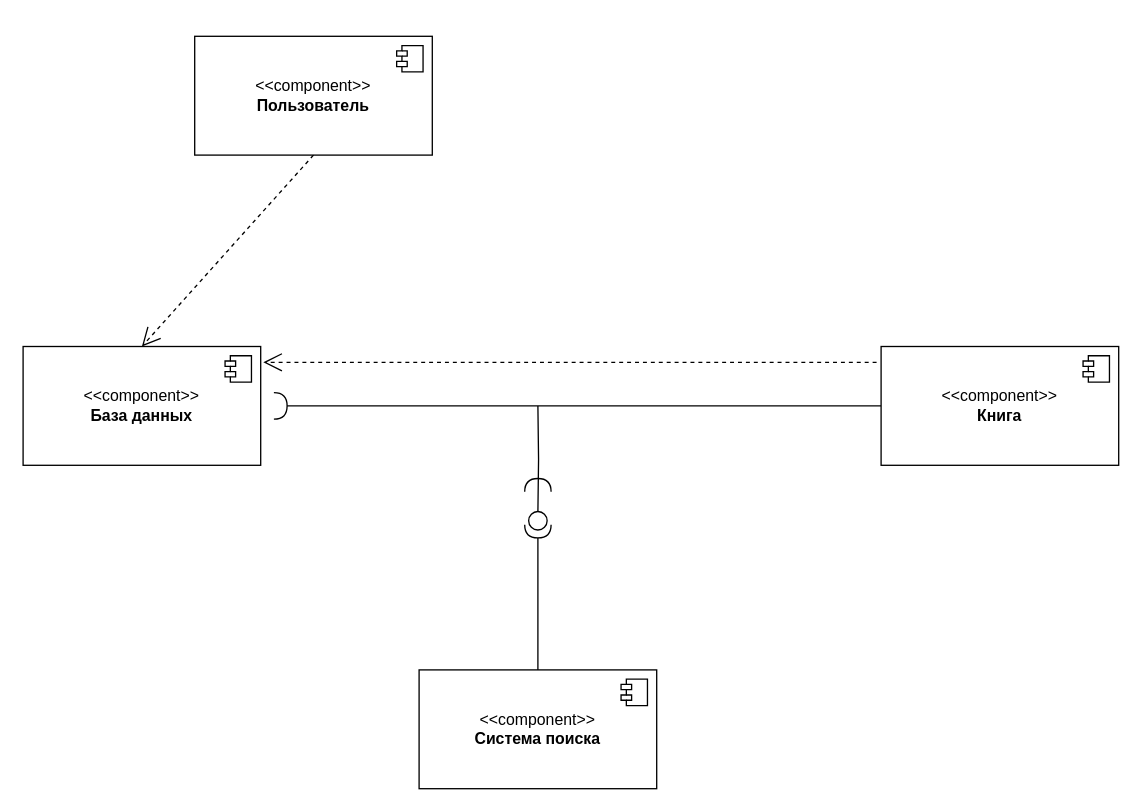
Before: component_diagram.drawio in NullExp-Team/IPIS_project, a draw.io diagram. Source tidied: cells renumbered, new cells numbered last; positions are measured from the earlier drawing's top-left corner, leaving out a move shared by most shapes. Both pictures are drawn from the tidied source at 132%, with x=0, y=0 at pixel (22, 36).
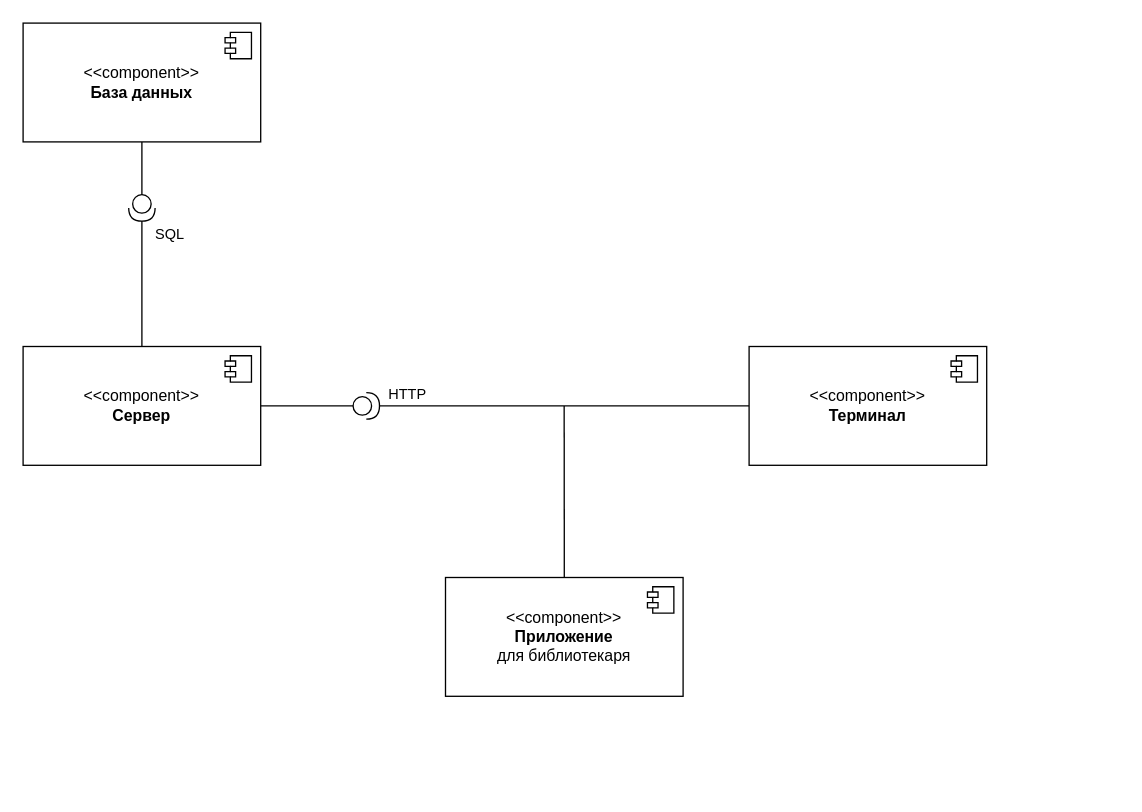
The same diagram, later.

Commit message (it also covers changes not shown here):
Component diagram

Diff of the diagram source:
```diff
@@
-    <mxCell id="2" style="edgeStyle=orthogonalEdgeStyle;rounded=0;jettySize=auto;html=1;exitX=0;exitY=0.5;exitDx=0;exitDy=0;endArrow=none;endFill=0;entryX=1;entryY=0.5;entryDx=0;entryDy=0;entryPerimeter=0;" parent="1" edge="1" source="4" target="14">
-      <mxGeometry relative="1" as="geometry">
-        <Array as="points">
-          <mxPoint x="650" y="280" />
-        </Array>
-      </mxGeometry>
-    </mxCell>
-    <mxCell id="3" style="edgeStyle=orthogonalEdgeStyle;rounded=0;jettySize=auto;html=1;entryX=0;entryY=0.5;entryDx=0;entryDy=0;entryPerimeter=0;endArrow=none;endFill=0;" parent="1" edge="1" target="13">
-      <mxGeometry relative="1" as="geometry">
-        <mxPoint x="390" y="280" as="sourcePoint" />
-      </mxGeometry>
-    </mxCell>
+    <mxCell id="18" style="edgeStyle=none;html=1;exitX=0;exitY=0.5;exitDx=0;exitDy=0;entryX=1;entryY=0.5;entryDx=0;entryDy=0;entryPerimeter=0;endArrow=none;endFill=0;" parent="1" edge="1" source="4" target="22">
+      <mxGeometry relative="1" as="geometry" />
+    </mxCell>
+    <mxCell id="19" value="HTTP" style="edgeLabel;html=1;align=center;verticalAlign=middle;" parent="18" vertex="1">
+      <mxGeometry x="0.96" relative="1" as="geometry">
+        <mxPoint x="14" y="-10" as="offset" />
+      </mxGeometry>
+    </mxCell>
-    <mxCell id="4" value="&amp;lt;&amp;lt;component&amp;gt;&amp;gt;&lt;br&gt;&lt;b&gt;Книга&lt;/b&gt;" style="html=1;whiteSpace=wrap;" parent="1" vertex="1">
-      <mxGeometry x="650" y="235" width="180" height="90" as="geometry" />
+    <mxCell id="4" value="&amp;lt;&amp;lt;component&amp;gt;&amp;gt;&lt;br&gt;&lt;b&gt;Терминал&lt;/b&gt;" style="html=1;whiteSpace=wrap;" parent="1" vertex="1">
+      <mxGeometry x="550" y="235" width="180" height="90" as="geometry" />
     </mxCell>
@@
+    <mxCell id="20" style="edgeStyle=none;html=1;exitX=1;exitY=0.5;exitDx=0;exitDy=0;entryX=0;entryY=0.5;entryDx=0;entryDy=0;entryPerimeter=0;endArrow=none;endFill=0;" parent="1" edge="1" source="6" target="22">
+      <mxGeometry relative="1" as="geometry" />
+    </mxCell>
-    <mxCell id="6" value="&amp;lt;&amp;lt;component&amp;gt;&amp;gt;&lt;br&gt;&lt;b&gt;База данных&lt;/b&gt;" style="html=1;whiteSpace=wrap;" parent="1" vertex="1">
+    <mxCell id="6" value="&amp;lt;&amp;lt;component&amp;gt;&amp;gt;&lt;br&gt;&lt;b&gt;Сервер&lt;/b&gt;" style="html=1;whiteSpace=wrap;" parent="1" vertex="1">
       <mxGeometry y="235" width="180" height="90" as="geometry" />
     </mxCell>
@@
-    <mxCell id="8" value="&amp;lt;&amp;lt;component&amp;gt;&amp;gt;&lt;br&gt;&lt;b&gt;Пользователь&lt;/b&gt;" style="html=1;whiteSpace=wrap;" parent="1" vertex="1">
-      <mxGeometry x="130" width="180" height="90" as="geometry" />
+    <mxCell id="8" value="&amp;lt;&amp;lt;component&amp;gt;&amp;gt;&lt;br&gt;&lt;b&gt;База данных&lt;/b&gt;" style="html=1;whiteSpace=wrap;" parent="1" vertex="1">
+      <mxGeometry y="-10" width="180" height="90" as="geometry" />
     </mxCell>
@@
-    <mxCell id="10" style="edgeStyle=orthogonalEdgeStyle;rounded=0;jettySize=auto;html=1;exitX=0.5;exitY=0;exitDx=0;exitDy=0;entryX=1;entryY=0.5;entryDx=0;entryDy=0;entryPerimeter=0;endArrow=none;endFill=0;" parent="1" edge="1" source="11" target="13">
-      <mxGeometry relative="1" as="geometry" />
-    </mxCell>
+    <mxCell id="21" style="edgeStyle=none;html=1;exitX=0.5;exitY=0;exitDx=0;exitDy=0;endArrow=none;endFill=0;" parent="1" edge="1" source="11">
+      <mxGeometry relative="1" as="geometry">
+        <mxPoint x="409.9" y="280" as="targetPoint" />
+      </mxGeometry>
+    </mxCell>
-    <mxCell id="11" value="&amp;lt;&amp;lt;component&amp;gt;&amp;gt;&lt;br&gt;&lt;b&gt;Система поиска&lt;/b&gt;" style="html=1;whiteSpace=wrap;" parent="1" vertex="1">
-      <mxGeometry x="300" y="480" width="180" height="90" as="geometry" />
+    <mxCell id="11" value="&amp;lt;&amp;lt;component&amp;gt;&amp;gt;&lt;br&gt;&lt;b&gt;Приложение&lt;br&gt;&lt;/b&gt;для библиотекаря" style="html=1;whiteSpace=wrap;" parent="1" vertex="1">
+      <mxGeometry x="320" y="410" width="180" height="90" as="geometry" />
     </mxCell>
@@
-    <mxCell id="13" style="shape=providedRequiredInterface;html=1;verticalLabelPosition=bottom;sketch=0;rotation=90;" parent="1" vertex="1">
-      <mxGeometry x="380" y="360" width="20" height="20" as="geometry" />
-    </mxCell>
-    <mxCell id="14" style="shape=requiredInterface;html=1;verticalLabelPosition=bottom;sketch=0;" parent="1" vertex="1">
-      <mxGeometry x="190" y="270" width="10" height="20" as="geometry" />
-    </mxCell>
-    <mxCell id="15" style="shape=requiredInterface;html=1;verticalLabelPosition=bottom;sketch=0;rotation=-90;" parent="1" vertex="1">
-      <mxGeometry x="385" y="330" width="10" height="20" as="geometry" />
-    </mxCell>
-    <mxCell id="16" style="endArrow=open;dashed=1;endFill=0;endSize=12;html=1;rounded=0;exitX=0.5;exitY=1;exitDx=0;exitDy=0;entryX=0.5;entryY=0;entryDx=0;entryDy=0;" parent="1" edge="1" source="8" target="6">
-      <mxGeometry relative="1" as="geometry" />
-    </mxCell>
-    <mxCell id="17" style="endArrow=open;dashed=1;endFill=0;endSize=12;html=1;rounded=0;exitX=-0.019;exitY=0.133;exitDx=0;exitDy=0;exitPerimeter=0;entryX=1.011;entryY=0.133;entryDx=0;entryDy=0;entryPerimeter=0;" parent="1" edge="1" source="4" target="6">
-      <mxGeometry relative="1" as="geometry" />
-    </mxCell>
+    <mxCell id="22" style="shape=providedRequiredInterface;html=1;verticalLabelPosition=bottom;sketch=0;" parent="1" vertex="1">
+      <mxGeometry x="250" y="270" width="20" height="20" as="geometry" />
+    </mxCell>
+    <mxCell id="23" style="edgeStyle=none;html=1;exitX=0;exitY=0.5;exitDx=0;exitDy=0;exitPerimeter=0;entryX=0.5;entryY=1;entryDx=0;entryDy=0;endArrow=none;endFill=0;" parent="1" edge="1" source="26" target="8">
+      <mxGeometry relative="1" as="geometry" />
+    </mxCell>
+    <mxCell id="24" style="edgeStyle=none;html=1;exitX=1;exitY=0.5;exitDx=0;exitDy=0;exitPerimeter=0;endArrow=none;endFill=0;" parent="1" edge="1" source="26" target="6">
+      <mxGeometry relative="1" as="geometry" />
+    </mxCell>
+    <mxCell id="25" value="SQL" style="edgeLabel;html=1;align=center;verticalAlign=middle;" parent="24" vertex="1">
+      <mxGeometry x="-0.82" relative="1" as="geometry">
+        <mxPoint x="20" as="offset" />
+      </mxGeometry>
+    </mxCell>
+    <mxCell id="26" style="shape=providedRequiredInterface;html=1;verticalLabelPosition=bottom;sketch=0;rotation=90;" parent="1" vertex="1">
+      <mxGeometry x="80" y="120" width="20" height="20" as="geometry" />
+    </mxCell>
```
